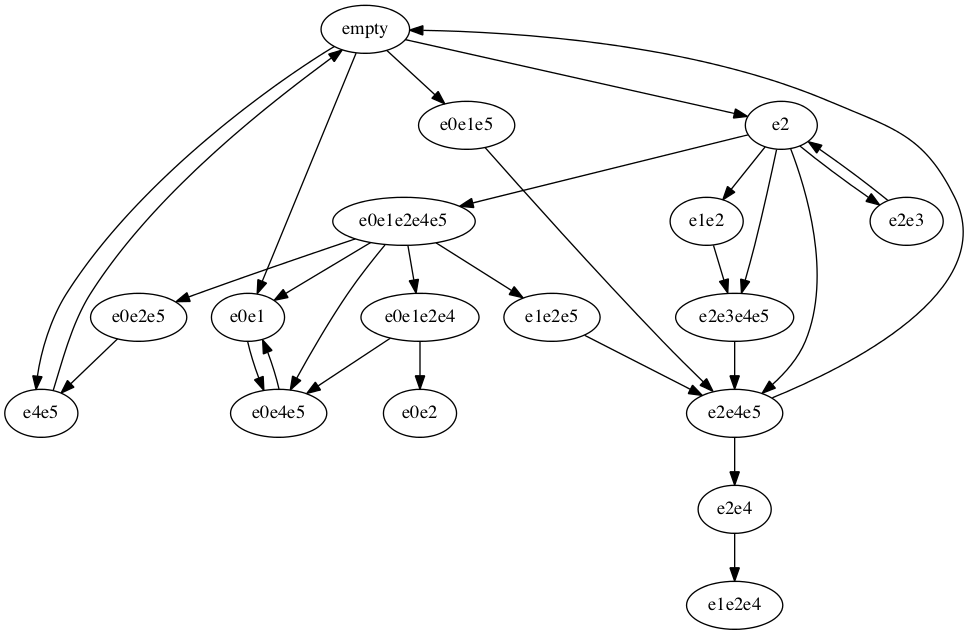
Before: tmp/act.png, a diagram exported from Graphviz (ryysd/PrototypePOR). Its source is kept beside it as tmp/act.dot.
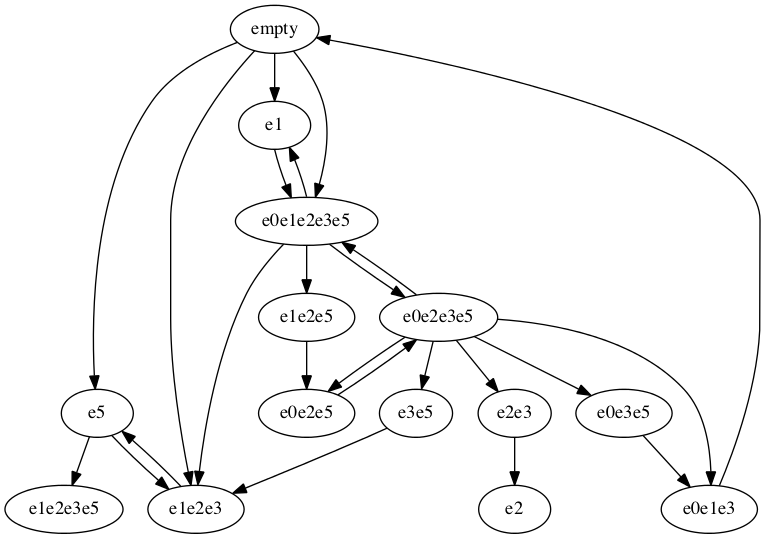
After the commit.

What changed in the source:
```diff
@@ -1,41 +1,31 @@
 strict digraph {
-  empty->e4e5;
-  empty->e0e1;
-  empty->e0e1e5;
-  empty->e2;
-  e2->e2e4e5;
-  e2->e2e4e5;
-  e2->e2e3;
-  e2->e2e3e4e5;
-  e2->e1e2;
-  e2->e0e1e2e4e5;
-  e2->e1e2;
-  e1e2->e2e3e4e5;
-  e2e3e4e5->e2e4e5;
-  e2e4e5->e2e4;
-  e2e4e5->empty;
-  e2e4->e1e2e4;
-  e0e1e2e4e5->e0e2e5;
-  e0e1e2e4e5->e0e4e5;
-  e0e1e2e4e5->e0e1e2e4;
-  e0e1e2e4e5->e1e2e5;
-  e0e1e2e4e5->e0e1;
-  e0e1->e0e4e5;
-  e0e4e5->e0e1;
-  e1e2e5->e2e4e5;
-  e0e1e2e4->e0e2;
-  e0e1e2e4->e0e4e5;
-  e0e4e5->e0e1;
-  e0e2e5->e4e5;
-  e4e5->empty;
-  e1e2->e2e3e4e5;
-  e2e3e4e5->e2e4e5;
+  empty->e5;
+  empty->e1e2e3;
+  empty->e1;
+  empty->e0e1e2e3e5;
+  empty->e5;
+  e5->e1e2e3e5;
+  e5->e1e2e3;
+  e1e2e3->e5;
+  e0e1e2e3e5->e1e2e5;
+  e0e1e2e3e5->e1e2e3;
+  e0e1e2e3e5->e0e2e3e5;
+  e0e1e2e3e5->e1;
+  e1->e0e1e2e3e5;
+  e0e2e3e5->e2e3;
+  e0e2e3e5->e0e3e5;
+  e0e2e3e5->e3e5;
+  e0e2e3e5->e0e2e5;
+  e0e2e3e5->e0e1e3;
+  e0e2e3e5->e0e1e2e3e5;
+  e0e1e3->empty;
+  e0e2e5->e0e2e3e5;
+  e3e5->e1e2e3;
+  e0e3e5->e0e1e3;
   e2e3->e2;
-  e2e4e5->e2e4;
-  e2e4e5->empty;
-  e2e4e5->e2e4;
-  e2e4e5->empty;
-  e0e1e5->e2e4e5;
-  e0e1->e0e4e5;
-  e4e5->empty;
+  e1e2e5->e0e2e5;
+  e1->e0e1e2e3e5;
+  e1e2e3->e5;
+  e5->e1e2e3e5;
+  e5->e1e2e3;
 }
```
